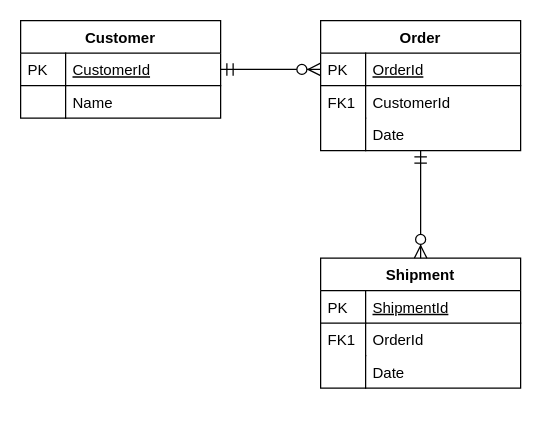
Above: 人生管理系统.drawio in iceAcmen/myDesign (draw.io), before the change. Source tidied: cells renumbered, new cells numbered last; positions are measured from the earlier drawing's top-left corner, leaving out a move shared by most shapes. Both pictures are drawn from the tidied source at 125%, with x=0, y=0 at pixel (20, 20).
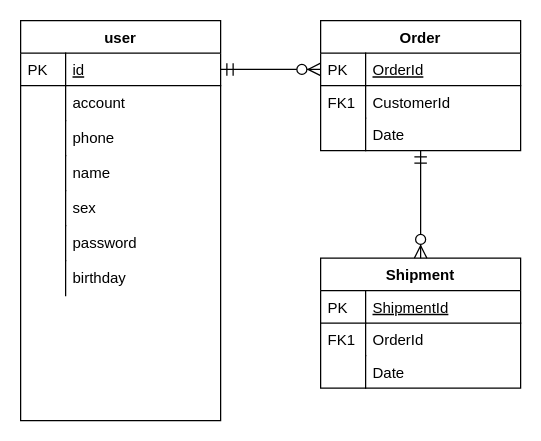
Above is the later version.

Commit message (it also covers changes not shown here):
更新人生管理系统.drawio

Change to the diagram source:
```diff
@@
-    <mxCell id="2" value="Customer" style="swimlane;fontStyle=1;horizontal=1;startSize=26;rounded=0;shadow=0;strokeWidth=1;" parent="1" vertex="1">
-      <mxGeometry width="160" height="78" as="geometry" />
+    <mxCell id="2" value="user" style="swimlane;fontStyle=1;horizontal=1;startSize=26;rounded=0;shadow=0;strokeWidth=1;" parent="1" vertex="1">
+      <mxGeometry width="160" height="320" as="geometry" />
     </mxCell>
-    <mxCell id="3" value="CustomerId" style="shape=partialRectangle;top=0;left=0;right=0;bottom=1;align=left;verticalAlign=top;fillColor=none;spacingLeft=40;spacingRight=4;overflow=hidden;points=[[0,0.5],[1,0.5]];portConstraint=eastwest;rounded=0;shadow=0;strokeWidth=1;fontStyle=4;" parent="2" vertex="1">
+    <mxCell id="3" value="id" style="shape=partialRectangle;top=0;left=0;right=0;bottom=1;align=left;verticalAlign=top;fillColor=none;spacingLeft=40;spacingRight=4;overflow=hidden;points=[[0,0.5],[1,0.5]];portConstraint=eastwest;rounded=0;shadow=0;strokeWidth=1;fontStyle=4;" parent="2" vertex="1">
       <mxGeometry y="26" width="160" height="26" as="geometry" />
     </mxCell>
@@
-    <mxCell id="5" value="Name" style="shape=partialRectangle;top=0;left=0;right=0;bottom=0;align=left;verticalAlign=top;fillColor=none;spacingLeft=40;spacingRight=4;overflow=hidden;rounded=0;shadow=0;strokeWidth=1;" parent="2" vertex="1">
-      <mxGeometry y="52" width="160" height="26" as="geometry" />
+    <mxCell id="5" value="account&#10;&#10;" style="shape=partialRectangle;top=0;left=0;right=0;bottom=0;align=left;verticalAlign=top;fillColor=none;spacingLeft=40;spacingRight=4;overflow=hidden;rounded=0;shadow=0;strokeWidth=1;" parent="2" vertex="1">
+      <mxGeometry y="52" width="160" height="28" as="geometry" />
     </mxCell>
     <mxCell id="6" style="shape=partialRectangle;top=0;left=0;bottom=0;fillColor=none;align=left;verticalAlign=top;spacingLeft=4;spacingRight=4;overflow=hidden;" parent="5" vertex="1">
-      <mxGeometry width="36" height="26" as="geometry" />
+      <mxGeometry width="36" height="28" as="geometry" />
     </mxCell>
+    <mxCell id="23" value="phone&#10;" style="shape=partialRectangle;top=0;left=0;right=0;bottom=0;align=left;verticalAlign=top;fillColor=none;spacingLeft=40;spacingRight=4;overflow=hidden;rounded=0;shadow=0;strokeWidth=1;" parent="2" vertex="1">
+      <mxGeometry y="80" width="160" height="28" as="geometry" />
+    </mxCell>
+    <mxCell id="24" style="shape=partialRectangle;top=0;left=0;bottom=0;fillColor=none;align=left;verticalAlign=top;spacingLeft=4;spacingRight=4;overflow=hidden;" parent="23" vertex="1">
+      <mxGeometry width="36" height="28" as="geometry" />
+    </mxCell>
+    <mxCell id="25" value="name" style="shape=partialRectangle;top=0;left=0;right=0;bottom=0;align=left;verticalAlign=top;fillColor=none;spacingLeft=40;spacingRight=4;overflow=hidden;rounded=0;shadow=0;strokeWidth=1;" parent="2" vertex="1">
+      <mxGeometry y="108" width="160" height="28" as="geometry" />
+    </mxCell>
+    <mxCell id="26" style="shape=partialRectangle;top=0;left=0;bottom=0;fillColor=none;align=left;verticalAlign=top;spacingLeft=4;spacingRight=4;overflow=hidden;" parent="25" vertex="1">
+      <mxGeometry width="36" height="28" as="geometry" />
+    </mxCell>
+    <mxCell id="27" value="sex" style="shape=partialRectangle;top=0;left=0;right=0;bottom=0;align=left;verticalAlign=top;fillColor=none;spacingLeft=40;spacingRight=4;overflow=hidden;rounded=0;shadow=0;strokeWidth=1;" parent="2" vertex="1">
+      <mxGeometry y="136" width="160" height="28" as="geometry" />
+    </mxCell>
+    <mxCell id="28" style="shape=partialRectangle;top=0;left=0;bottom=0;fillColor=none;align=left;verticalAlign=top;spacingLeft=4;spacingRight=4;overflow=hidden;" parent="27" vertex="1">
+      <mxGeometry width="36" height="28" as="geometry" />
+    </mxCell>
+    <mxCell id="29" value="password" style="shape=partialRectangle;top=0;left=0;right=0;bottom=0;align=left;verticalAlign=top;fillColor=none;spacingLeft=40;spacingRight=4;overflow=hidden;rounded=0;shadow=0;strokeWidth=1;" parent="2" vertex="1">
+      <mxGeometry y="164" width="160" height="28" as="geometry" />
+    </mxCell>
+    <mxCell id="30" style="shape=partialRectangle;top=0;left=0;bottom=0;fillColor=none;align=left;verticalAlign=top;spacingLeft=4;spacingRight=4;overflow=hidden;" parent="29" vertex="1">
+      <mxGeometry width="36" height="28" as="geometry" />
+    </mxCell>
+    <mxCell id="31" value="birthday" style="shape=partialRectangle;top=0;left=0;right=0;bottom=0;align=left;verticalAlign=top;fillColor=none;spacingLeft=40;spacingRight=4;overflow=hidden;rounded=0;shadow=0;strokeWidth=1;" parent="2" vertex="1">
+      <mxGeometry y="192" width="160" height="28" as="geometry" />
+    </mxCell>
+    <mxCell id="32" style="shape=partialRectangle;top=0;left=0;bottom=0;fillColor=none;align=left;verticalAlign=top;spacingLeft=4;spacingRight=4;overflow=hidden;" parent="31" vertex="1">
+      <mxGeometry width="36" height="28" as="geometry" />
+    </mxCell>
```
